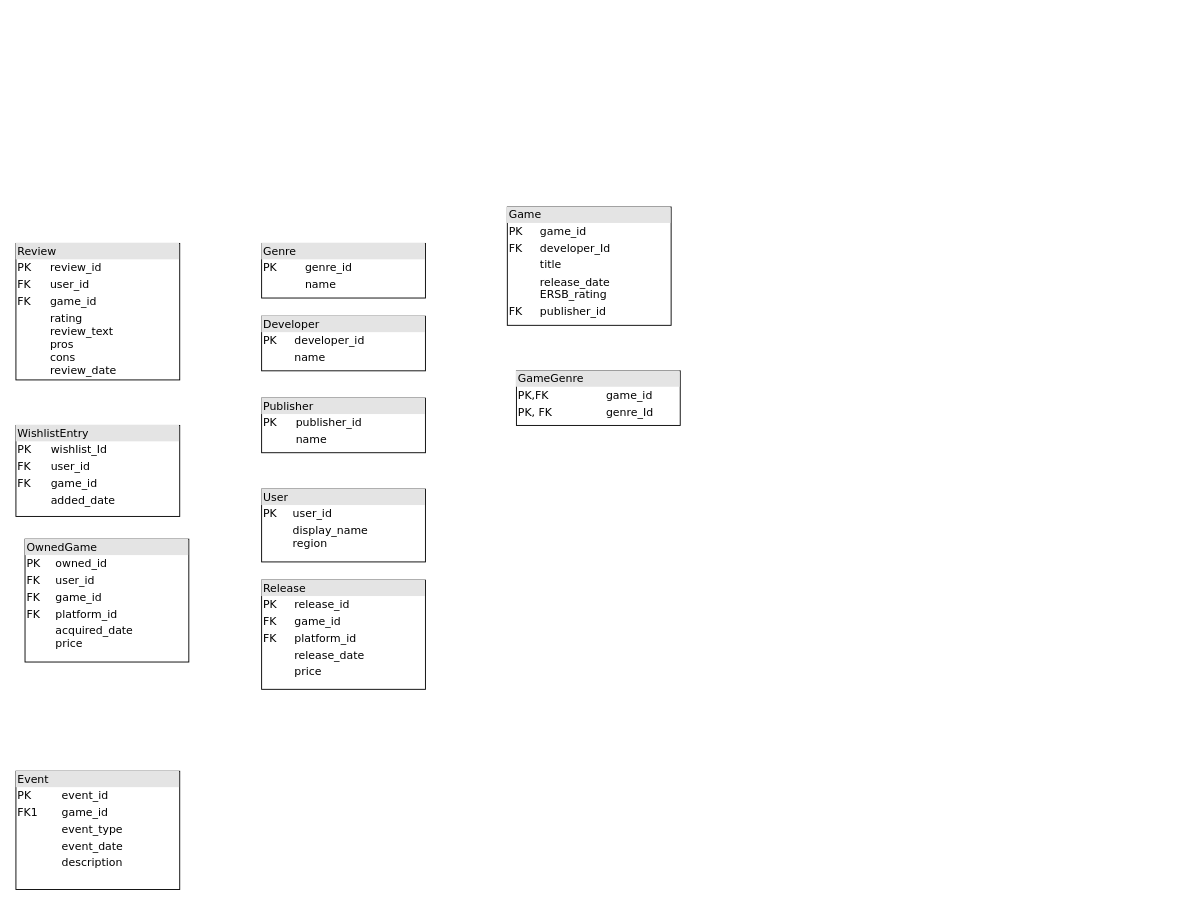
nummy/blog keeps this draw.io diagram as logic.drawio. Above is the earlier version. Source tidied: cells renumbered, new cells numbered last; positions are measured from the earlier drawing's top-left corner, leaving out a move shared by most shapes. Both pictures are drawn from the tidied source at 91%, with x=0, y=0 at pixel (15, 207).
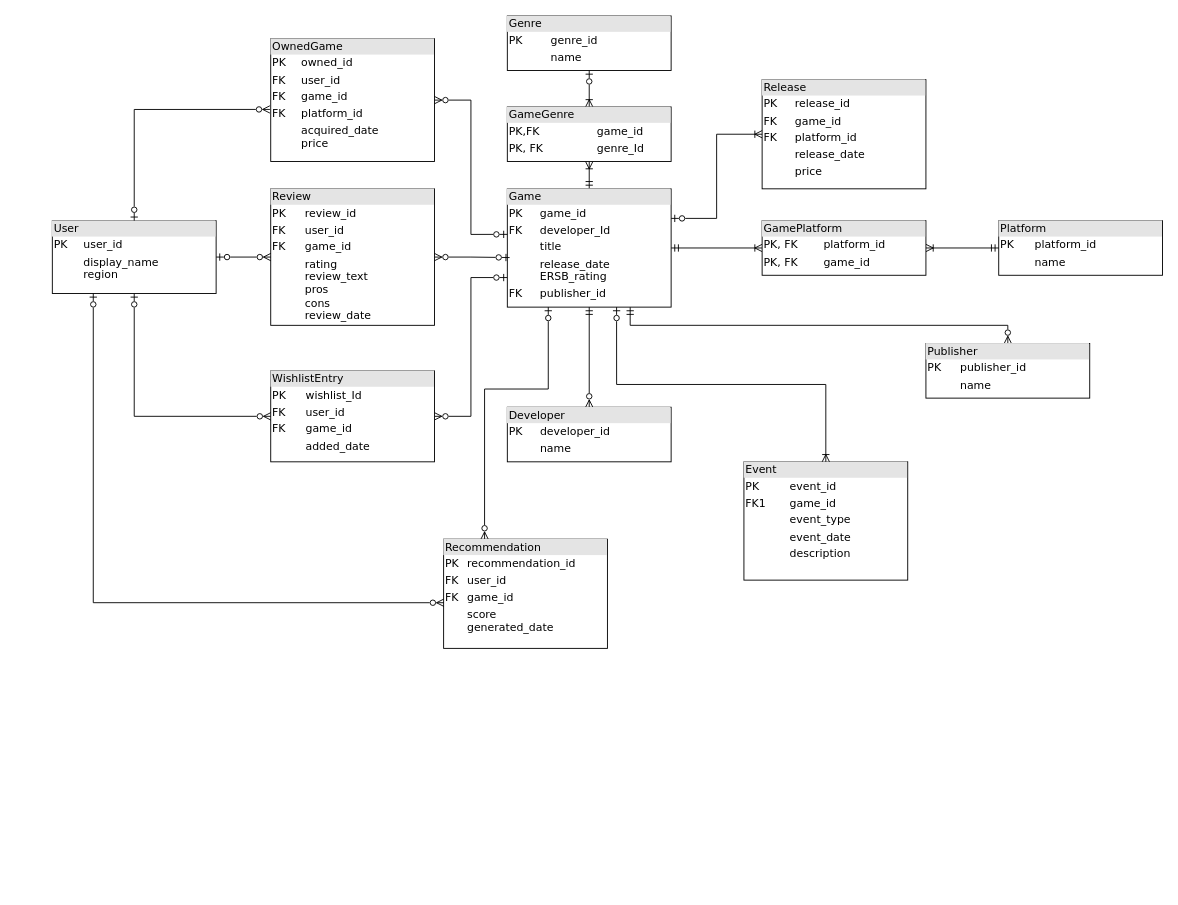
The same page after the edit.

What changed in the source:
```diff
@@
     <mxCell id="2" value="&lt;div style=&quot;box-sizing: border-box; width: 100%; background: rgb(228, 228, 228); padding: 2px;&quot;&gt;Review&lt;/div&gt;&lt;table style=&quot;width:100%;font-size:1em;&quot; cellpadding=&quot;2&quot; cellspacing=&quot;0&quot;&gt;&lt;tbody&gt;&lt;tr&gt;&lt;td&gt;PK&lt;/td&gt;&lt;td&gt;review_id&lt;/td&gt;&lt;/tr&gt;&lt;tr&gt;&lt;td&gt;FK&lt;/td&gt;&lt;td&gt;user_id&lt;/td&gt;&lt;/tr&gt;&lt;tr&gt;&lt;td&gt;FK&lt;/td&gt;&lt;td&gt;game_id&lt;/td&gt;&lt;/tr&gt;&lt;tr&gt;&lt;td&gt;&lt;/td&gt;&lt;td&gt;rating&lt;br&gt;review_text&lt;br&gt;pros&lt;br&gt;cons&lt;br&gt;review_date&lt;/td&gt;&lt;/tr&gt;&lt;/tbody&gt;&lt;/table&gt;" style="verticalAlign=top;align=left;overflow=fill;html=1;rounded=0;shadow=0;comic=0;labelBackgroundColor=none;strokeWidth=1;fontFamily=Verdana;fontSize=12;" parent="1" vertex="1">
-      <mxGeometry y="40" width="180" height="150" as="geometry" />
+      <mxGeometry x="280" y="-20" width="180" height="150" as="geometry" />
     </mxCell>
     <mxCell id="3" value="&lt;div style=&quot;box-sizing: border-box; width: 100%; background: rgb(228, 228, 228); padding: 2px;&quot;&gt;Release&lt;/div&gt;&lt;table style=&quot;width: 100% ; font-size: 1em&quot; cellpadding=&quot;2&quot; cellspacing=&quot;0&quot;&gt;&lt;tbody&gt;&lt;tr&gt;&lt;td&gt;PK&lt;/td&gt;&lt;td&gt;release_id&lt;/td&gt;&lt;/tr&gt;&lt;tr&gt;&lt;td&gt;FK&lt;/td&gt;&lt;td&gt;game_id&lt;/td&gt;&lt;/tr&gt;&lt;tr&gt;&lt;td&gt;FK&lt;/td&gt;&lt;td&gt;platform_id&lt;/td&gt;&lt;/tr&gt;&lt;tr&gt;&lt;td&gt;&lt;/td&gt;&lt;td&gt;release_date&lt;/td&gt;&lt;/tr&gt;&lt;tr&gt;&lt;td&gt;&lt;br&gt;&lt;/td&gt;&lt;td&gt;price&lt;br&gt;&lt;/td&gt;&lt;/tr&gt;&lt;/tbody&gt;&lt;/table&gt;" style="verticalAlign=top;align=left;overflow=fill;html=1;rounded=0;shadow=0;comic=0;labelBackgroundColor=none;strokeWidth=1;fontFamily=Verdana;fontSize=12;" parent="1" vertex="1">
-      <mxGeometry x="270" y="410" width="180" height="120" as="geometry" />
+      <mxGeometry x="820" y="-140" width="180" height="120" as="geometry" />
     </mxCell>
+    <mxCell id="13" style="edgeStyle=orthogonalEdgeStyle;rounded=0;jettySize=auto;html=1;exitX=1;exitY=0.5;exitDx=0;exitDy=0;entryX=0;entryY=0.75;entryDx=0;entryDy=0;startArrow=ERzeroToMany;startFill=0;endArrow=ERzeroToOne;endFill=0;" parent="1" edge="1" source="4" target="5">
+      <mxGeometry relative="1" as="geometry" />
+    </mxCell>
     <mxCell id="4" value="&lt;div style=&quot;box-sizing: border-box; width: 100%; background: rgb(228, 228, 228); padding: 2px;&quot;&gt;WishlistEntry&lt;/div&gt;&lt;table style=&quot;width:100%;font-size:1em;&quot; cellpadding=&quot;2&quot; cellspacing=&quot;0&quot;&gt;&lt;tbody&gt;&lt;tr&gt;&lt;td&gt;PK&lt;/td&gt;&lt;td&gt;wishlist_Id&lt;/td&gt;&lt;/tr&gt;&lt;tr&gt;&lt;td&gt;FK&lt;/td&gt;&lt;td&gt;user_id&lt;/td&gt;&lt;/tr&gt;&lt;tr&gt;&lt;td&gt;FK&lt;/td&gt;&lt;td&gt;game_id&lt;/td&gt;&lt;/tr&gt;&lt;tr&gt;&lt;td&gt;&lt;/td&gt;&lt;td&gt;added_date&lt;/td&gt;&lt;/tr&gt;&lt;/tbody&gt;&lt;/table&gt;" style="verticalAlign=top;align=left;overflow=fill;html=1;rounded=0;shadow=0;comic=0;labelBackgroundColor=none;strokeWidth=1;fontFamily=Verdana;fontSize=12;" parent="1" vertex="1">
-      <mxGeometry y="240" width="180" height="100" as="geometry" />
+      <mxGeometry x="280" y="180" width="180" height="100" as="geometry" />
     </mxCell>
+    <mxCell id="14" style="edgeStyle=orthogonalEdgeStyle;rounded=0;jettySize=auto;html=1;exitX=1;exitY=0.5;exitDx=0;exitDy=0;entryX=0;entryY=0.5;entryDx=0;entryDy=0;startArrow=ERmandOne;startFill=0;endArrow=ERoneToMany;endFill=0;" parent="1" edge="1" source="5" target="28">
+      <mxGeometry relative="1" as="geometry" />
+    </mxCell>
+    <mxCell id="15" style="edgeStyle=orthogonalEdgeStyle;rounded=0;jettySize=auto;html=1;exitX=0.5;exitY=0;exitDx=0;exitDy=0;entryX=0.5;entryY=1;entryDx=0;entryDy=0;startArrow=ERmandOne;startFill=0;endArrow=ERoneToMany;endFill=0;" parent="1" edge="1" source="5" target="8">
+      <mxGeometry relative="1" as="geometry" />
+    </mxCell>
+    <mxCell id="16" style="edgeStyle=orthogonalEdgeStyle;rounded=0;jettySize=auto;html=1;exitX=1;exitY=0.25;exitDx=0;exitDy=0;startArrow=ERzeroToOne;startFill=0;endArrow=ERoneToMany;endFill=0;" parent="1" edge="1" source="5" target="3">
+      <mxGeometry relative="1" as="geometry" />
+    </mxCell>
+    <mxCell id="17" style="edgeStyle=orthogonalEdgeStyle;rounded=0;jettySize=auto;html=1;exitX=0.75;exitY=1;exitDx=0;exitDy=0;entryX=0.5;entryY=0;entryDx=0;entryDy=0;startArrow=ERmandOne;startFill=0;endArrow=ERzeroToMany;endFill=0;" parent="1" edge="1" source="5" target="10">
+      <mxGeometry relative="1" as="geometry" />
+    </mxCell>
     <mxCell id="5" value="&lt;div style=&quot;box-sizing: border-box; width: 100%; background: rgb(228, 228, 228); padding: 2px;&quot;&gt;Game&lt;/div&gt;&lt;table style=&quot;width: 100% ; font-size: 1em&quot; cellpadding=&quot;2&quot; cellspacing=&quot;0&quot;&gt;&lt;tbody&gt;&lt;tr&gt;&lt;td&gt;PK&lt;/td&gt;&lt;td&gt;game_id&lt;/td&gt;&lt;/tr&gt;&lt;tr&gt;&lt;td&gt;FK&lt;/td&gt;&lt;td&gt;developer_Id&lt;/td&gt;&lt;/tr&gt;&lt;tr&gt;&lt;td&gt;&lt;/td&gt;&lt;td&gt;title&lt;/td&gt;&lt;/tr&gt;&lt;tr&gt;&lt;td&gt;&lt;br&gt;&lt;/td&gt;&lt;td&gt;release_date&lt;br&gt;ERSB_rating&lt;/td&gt;&lt;/tr&gt;&lt;tr&gt;&lt;td&gt;FK&lt;br&gt;&lt;/td&gt;&lt;td&gt;publisher_id&lt;br&gt;&lt;/td&gt;&lt;/tr&gt;&lt;/tbody&gt;&lt;/table&gt;" style="verticalAlign=top;align=left;overflow=fill;html=1;rounded=0;shadow=0;comic=0;labelBackgroundColor=none;strokeWidth=1;fontFamily=Verdana;fontSize=12;" parent="1" vertex="1">
-      <mxGeometry x="540" width="180" height="130" as="geometry" />
+      <mxGeometry x="540" y="-20" width="180" height="130" as="geometry" />
     </mxCell>
     <mxCell id="6" value="&lt;div style=&quot;box-sizing: border-box; width: 100%; background: rgb(228, 228, 228); padding: 2px;&quot;&gt;Event&lt;/div&gt;&lt;table style=&quot;width: 100% ; font-size: 1em&quot; cellpadding=&quot;2&quot; cellspacing=&quot;0&quot;&gt;&lt;tbody&gt;&lt;tr&gt;&lt;td&gt;PK&lt;/td&gt;&lt;td&gt;event_id&lt;/td&gt;&lt;/tr&gt;&lt;tr&gt;&lt;td&gt;FK1&lt;/td&gt;&lt;td&gt;game_id&lt;/td&gt;&lt;/tr&gt;&lt;tr&gt;&lt;td&gt;&lt;/td&gt;&lt;td&gt;event_type&lt;/td&gt;&lt;/tr&gt;&lt;tr&gt;&lt;td&gt;&lt;br&gt;&lt;/td&gt;&lt;td&gt;event_date&lt;br&gt;&lt;/td&gt;&lt;/tr&gt;&lt;tr&gt;&lt;td&gt;&lt;br&gt;&lt;/td&gt;&lt;td&gt;description&lt;br&gt;&lt;/td&gt;&lt;/tr&gt;&lt;/tbody&gt;&lt;/table&gt;" style="verticalAlign=top;align=left;overflow=fill;html=1;rounded=0;shadow=0;comic=0;labelBackgroundColor=none;strokeWidth=1;fontFamily=Verdana;fontSize=12;" parent="1" vertex="1">
-      <mxGeometry y="620" width="180" height="130" as="geometry" />
+      <mxGeometry x="800" y="280" width="180" height="130" as="geometry" />
     </mxCell>
     <mxCell id="7" value="&lt;div style=&quot;box-sizing: border-box; width: 100%; background: rgb(228, 228, 228); padding: 2px;&quot;&gt;Genre&lt;/div&gt;&lt;table style=&quot;width:100%;font-size:1em;&quot; cellpadding=&quot;2&quot; cellspacing=&quot;0&quot;&gt;&lt;tbody&gt;&lt;tr&gt;&lt;td&gt;PK&lt;/td&gt;&lt;td&gt;genre_id&lt;/td&gt;&lt;/tr&gt;&lt;tr&gt;&lt;td&gt;&lt;/td&gt;&lt;td&gt;name&lt;/td&gt;&lt;/tr&gt;&lt;/tbody&gt;&lt;/table&gt;" style="verticalAlign=top;align=left;overflow=fill;html=1;rounded=0;shadow=0;comic=0;labelBackgroundColor=none;strokeWidth=1;fontFamily=Verdana;fontSize=12;" parent="1" vertex="1">
-      <mxGeometry x="270" y="40" width="180" height="60" as="geometry" />
+      <mxGeometry x="540" y="-210" width="180" height="60" as="geometry" />
     </mxCell>
+    <mxCell id="18" style="edgeStyle=orthogonalEdgeStyle;rounded=0;jettySize=auto;html=1;exitX=0.5;exitY=0;exitDx=0;exitDy=0;entryX=0.5;entryY=1;entryDx=0;entryDy=0;strokeColor=none;startArrow=ERoneToMany;startFill=0;endArrow=ERzeroToOne;endFill=0;" parent="1" edge="1" source="8" target="7">
+      <mxGeometry relative="1" as="geometry" />
+    </mxCell>
+    <mxCell id="19" style="edgeStyle=orthogonalEdgeStyle;rounded=0;jettySize=auto;html=1;exitX=0.5;exitY=0;exitDx=0;exitDy=0;entryX=0.5;entryY=1;entryDx=0;entryDy=0;startArrow=ERoneToMany;startFill=0;endArrow=ERzeroToOne;endFill=0;" parent="1" edge="1" source="8" target="7">
+      <mxGeometry relative="1" as="geometry" />
+    </mxCell>
     <mxCell id="8" value="&lt;div style=&quot;box-sizing: border-box; width: 100%; background: rgb(228, 228, 228); padding: 2px;&quot;&gt;GameGenre&lt;/div&gt;&lt;table style=&quot;width: 100% ; font-size: 1em&quot; cellpadding=&quot;2&quot; cellspacing=&quot;0&quot;&gt;&lt;tbody&gt;&lt;tr&gt;&lt;td&gt;PK,FK&lt;/td&gt;&lt;td&gt;game_id&lt;/td&gt;&lt;/tr&gt;&lt;tr&gt;&lt;td&gt;PK, FK&lt;span style=&quot;white-space: pre;&quot;&gt;&#9;&lt;/span&gt;&lt;br&gt;&lt;/td&gt;&lt;td&gt;genre_Id&lt;/td&gt;&lt;/tr&gt;&lt;/tbody&gt;&lt;/table&gt;" style="verticalAlign=top;align=left;overflow=fill;html=1;rounded=0;shadow=0;comic=0;labelBackgroundColor=none;strokeWidth=1;fontFamily=Verdana;fontSize=12;" parent="1" vertex="1">
-      <mxGeometry x="550" y="180" width="180" height="60" as="geometry" />
+      <mxGeometry x="540" y="-110" width="180" height="60" as="geometry" />
     </mxCell>
+    <mxCell id="20" style="edgeStyle=orthogonalEdgeStyle;rounded=0;jettySize=auto;html=1;exitX=0.5;exitY=0;exitDx=0;exitDy=0;entryX=0.5;entryY=1;entryDx=0;entryDy=0;startArrow=ERzeroToMany;startFill=0;endArrow=ERmandOne;endFill=0;" parent="1" edge="1" source="9" target="5">
+      <mxGeometry relative="1" as="geometry" />
+    </mxCell>
     <mxCell id="9" value="&lt;div style=&quot;box-sizing: border-box; width: 100%; background: rgb(228, 228, 228); padding: 2px;&quot;&gt;Developer&lt;/div&gt;&lt;table style=&quot;width:100%;font-size:1em;&quot; cellpadding=&quot;2&quot; cellspacing=&quot;0&quot;&gt;&lt;tbody&gt;&lt;tr&gt;&lt;td&gt;PK&lt;/td&gt;&lt;td&gt;developer_id&lt;/td&gt;&lt;/tr&gt;&lt;tr&gt;&lt;td&gt;&lt;/td&gt;&lt;td&gt;name&lt;/td&gt;&lt;/tr&gt;&lt;/tbody&gt;&lt;/table&gt;" style="verticalAlign=top;align=left;overflow=fill;html=1;rounded=0;shadow=0;comic=0;labelBackgroundColor=none;strokeWidth=1;fontFamily=Verdana;fontSize=12;" parent="1" vertex="1">
-      <mxGeometry x="270" y="120" width="180" height="60" as="geometry" />
+      <mxGeometry x="540" y="220" width="180" height="60" as="geometry" />
     </mxCell>
     <mxCell id="10" value="&lt;div style=&quot;box-sizing: border-box; width: 100%; background: rgb(228, 228, 228); padding: 2px;&quot;&gt;Publisher&lt;/div&gt;&lt;table style=&quot;width:100%;font-size:1em;&quot; cellpadding=&quot;2&quot; cellspacing=&quot;0&quot;&gt;&lt;tbody&gt;&lt;tr&gt;&lt;td&gt;PK&lt;/td&gt;&lt;td&gt;publisher_id&lt;/td&gt;&lt;/tr&gt;&lt;tr&gt;&lt;td&gt;&lt;/td&gt;&lt;td&gt;name&lt;/td&gt;&lt;/tr&gt;&lt;/tbody&gt;&lt;/table&gt;" style="verticalAlign=top;align=left;overflow=fill;html=1;rounded=0;shadow=0;comic=0;labelBackgroundColor=none;strokeWidth=1;fontFamily=Verdana;fontSize=12;" parent="1" vertex="1">
-      <mxGeometry x="270" y="210" width="180" height="60" as="geometry" />
+      <mxGeometry x="1000" y="150" width="180" height="60" as="geometry" />
     </mxCell>
+    <mxCell id="21" style="edgeStyle=orthogonalEdgeStyle;rounded=0;jettySize=auto;html=1;exitX=1;exitY=0.5;exitDx=0;exitDy=0;entryX=0;entryY=0.5;entryDx=0;entryDy=0;startArrow=ERzeroToOne;startFill=0;endArrow=ERzeroToMany;endFill=0;" parent="1" edge="1" source="11" target="2">
+      <mxGeometry relative="1" as="geometry" />
+    </mxCell>
+    <mxCell id="22" style="edgeStyle=orthogonalEdgeStyle;rounded=0;jettySize=auto;html=1;exitX=0.5;exitY=1;exitDx=0;exitDy=0;entryX=0;entryY=0.5;entryDx=0;entryDy=0;startArrow=ERzeroToOne;startFill=0;endArrow=ERzeroToMany;endFill=0;" parent="1" edge="1" source="11" target="4">
+      <mxGeometry relative="1" as="geometry" />
+    </mxCell>
     <mxCell id="11" value="&lt;div style=&quot;box-sizing: border-box; width: 100%; background: rgb(228, 228, 228); padding: 2px;&quot;&gt;User&lt;/div&gt;&lt;table style=&quot;width:100%;font-size:1em;&quot; cellpadding=&quot;2&quot; cellspacing=&quot;0&quot;&gt;&lt;tbody&gt;&lt;tr&gt;&lt;td&gt;PK&lt;/td&gt;&lt;td&gt;user_id&lt;/td&gt;&lt;/tr&gt;&lt;tr&gt;&lt;td&gt;&lt;/td&gt;&lt;td&gt;display_name&lt;br&gt;region&lt;/td&gt;&lt;/tr&gt;&lt;/tbody&gt;&lt;/table&gt;" style="verticalAlign=top;align=left;overflow=fill;html=1;rounded=0;shadow=0;comic=0;labelBackgroundColor=none;strokeWidth=1;fontFamily=Verdana;fontSize=12;" parent="1" vertex="1">
-      <mxGeometry x="270" y="310" width="180" height="80" as="geometry" />
+      <mxGeometry x="40" y="15" width="180" height="80" as="geometry" />
     </mxCell>
     <mxCell id="12" value="&lt;div style=&quot;box-sizing: border-box; width: 100%; background: rgb(228, 228, 228); padding: 2px;&quot;&gt;OwnedGame&lt;/div&gt;&lt;table style=&quot;width:100%;font-size:1em;&quot; cellpadding=&quot;2&quot; cellspacing=&quot;0&quot;&gt;&lt;tbody&gt;&lt;tr&gt;&lt;td&gt;PK&lt;/td&gt;&lt;td&gt;owned_id&lt;/td&gt;&lt;/tr&gt;&lt;tr&gt;&lt;td&gt;FK&lt;/td&gt;&lt;td&gt;user_id&lt;/td&gt;&lt;/tr&gt;&lt;tr&gt;&lt;td&gt;FK&lt;/td&gt;&lt;td&gt;game_id&lt;/td&gt;&lt;/tr&gt;&lt;tr&gt;&lt;td&gt;FK&lt;/td&gt;&lt;td&gt;platform_id&lt;/td&gt;&lt;/tr&gt;&lt;tr&gt;&lt;td&gt;&lt;/td&gt;&lt;td&gt;acquired_date&lt;br&gt;price&lt;/td&gt;&lt;/tr&gt;&lt;/tbody&gt;&lt;/table&gt;" style="verticalAlign=top;align=left;overflow=fill;html=1;rounded=0;shadow=0;comic=0;labelBackgroundColor=none;strokeWidth=1;fontFamily=Verdana;fontSize=12;" parent="1" vertex="1">
-      <mxGeometry x="10" y="365" width="180" height="135" as="geometry" />
+      <mxGeometry x="280" y="-185" width="180" height="135" as="geometry" />
     </mxCell>
+    <mxCell id="23" style="edgeStyle=orthogonalEdgeStyle;rounded=0;orthogonalLoop=1;jettySize=auto;html=1;exitX=0.5;exitY=1;exitDx=0;exitDy=0;" parent="1" edge="1" source="6" target="6">
+      <mxGeometry relative="1" as="geometry" />
+    </mxCell>
+    <mxCell id="24" style="edgeStyle=orthogonalEdgeStyle;rounded=0;jettySize=auto;html=1;exitX=0.25;exitY=0;exitDx=0;exitDy=0;entryX=0.25;entryY=1;entryDx=0;entryDy=0;endArrow=ERzeroToOne;endFill=0;startArrow=ERzeroToMany;startFill=0;" parent="1" edge="1" source="25" target="5">
+      <mxGeometry relative="1" as="geometry">
+        <Array as="points">
+          <mxPoint x="515" y="200" />
+          <mxPoint x="585" y="200" />
+        </Array>
+      </mxGeometry>
+    </mxCell>
+    <mxCell id="25" value="&lt;div style=&quot;box-sizing: border-box; width: 100%; background: rgb(228, 228, 228); padding: 2px;&quot;&gt;Recommendation&lt;/div&gt;&lt;table style=&quot;width:100%;font-size:1em;&quot; cellpadding=&quot;2&quot; cellspacing=&quot;0&quot;&gt;&lt;tbody&gt;&lt;tr&gt;&lt;td&gt;PK&lt;/td&gt;&lt;td&gt;recommendation_id&lt;/td&gt;&lt;/tr&gt;&lt;tr&gt;&lt;td&gt;FK&lt;/td&gt;&lt;td&gt;user_id&lt;/td&gt;&lt;/tr&gt;&lt;tr&gt;&lt;td&gt;FK&lt;/td&gt;&lt;td&gt;game_id&lt;/td&gt;&lt;/tr&gt;&lt;tr&gt;&lt;td&gt;&lt;/td&gt;&lt;td&gt;score&lt;br&gt;generated_date&lt;/td&gt;&lt;/tr&gt;&lt;/tbody&gt;&lt;/table&gt;" style="verticalAlign=top;align=left;overflow=fill;html=1;rounded=0;shadow=0;comic=0;labelBackgroundColor=none;strokeWidth=1;fontFamily=Verdana;fontSize=12;" parent="1" vertex="1">
+      <mxGeometry x="470" y="365" width="180" height="120" as="geometry" />
+    </mxCell>
+    <mxCell id="26" value="&lt;div style=&quot;box-sizing: border-box; width: 100%; background: rgb(228, 228, 228); padding: 2px;&quot;&gt;Platform&lt;/div&gt;&lt;table style=&quot;width:100%;font-size:1em;&quot; cellpadding=&quot;2&quot; cellspacing=&quot;0&quot;&gt;&lt;tbody&gt;&lt;tr&gt;&lt;td&gt;PK&lt;/td&gt;&lt;td&gt;platform_id&lt;/td&gt;&lt;/tr&gt;&lt;tr&gt;&lt;td&gt;&lt;/td&gt;&lt;td&gt;name&lt;/td&gt;&lt;/tr&gt;&lt;/tbody&gt;&lt;/table&gt;" style="verticalAlign=top;align=left;overflow=fill;html=1;rounded=0;shadow=0;comic=0;labelBackgroundColor=none;strokeWidth=1;fontFamily=Verdana;fontSize=12;" parent="1" vertex="1">
+      <mxGeometry x="1080" y="15" width="180" height="60" as="geometry" />
+    </mxCell>
+    <mxCell id="27" style="edgeStyle=orthogonalEdgeStyle;rounded=0;jettySize=auto;html=1;exitX=1;exitY=0.5;exitDx=0;exitDy=0;entryX=0;entryY=0.5;entryDx=0;entryDy=0;startArrow=ERoneToMany;startFill=0;endArrow=ERmandOne;endFill=0;" parent="1" edge="1" source="28" target="26">
+      <mxGeometry relative="1" as="geometry" />
+    </mxCell>
+    <mxCell id="28" value="&lt;div style=&quot;box-sizing: border-box; width: 100%; background: rgb(228, 228, 228); padding: 2px;&quot;&gt;GamePlatform&lt;/div&gt;&lt;table style=&quot;width:100%;font-size:1em;&quot; cellpadding=&quot;2&quot; cellspacing=&quot;0&quot;&gt;&lt;tbody&gt;&lt;tr&gt;&lt;td&gt;PK, FK&lt;/td&gt;&lt;td&gt;platform_id&lt;/td&gt;&lt;/tr&gt;&lt;tr&gt;&lt;td&gt;PK, FK&lt;/td&gt;&lt;td&gt;game_id&lt;/td&gt;&lt;/tr&gt;&lt;/tbody&gt;&lt;/table&gt;" style="verticalAlign=top;align=left;overflow=fill;html=1;rounded=0;shadow=0;comic=0;labelBackgroundColor=none;strokeWidth=1;fontFamily=Verdana;fontSize=12;" parent="1" vertex="1">
+      <mxGeometry x="820" y="15" width="180" height="60" as="geometry" />
+    </mxCell>
+    <mxCell id="29" style="edgeStyle=orthogonalEdgeStyle;rounded=0;jettySize=auto;html=1;exitX=1;exitY=0.5;exitDx=0;exitDy=0;entryX=0.014;entryY=0.581;entryDx=0;entryDy=0;entryPerimeter=0;startArrow=ERzeroToMany;startFill=0;endArrow=ERzeroToOne;endFill=0;" parent="1" edge="1" source="2" target="5">
+      <mxGeometry relative="1" as="geometry" />
+    </mxCell>
+    <mxCell id="30" style="edgeStyle=orthogonalEdgeStyle;rounded=0;jettySize=auto;html=1;exitX=0.5;exitY=0;exitDx=0;exitDy=0;entryX=-0.005;entryY=0.576;entryDx=0;entryDy=0;entryPerimeter=0;startArrow=ERzeroToOne;startFill=0;endArrow=ERzeroToMany;endFill=0;" parent="1" edge="1" source="11" target="12">
+      <mxGeometry relative="1" as="geometry" />
+    </mxCell>
+    <mxCell id="31" style="edgeStyle=orthogonalEdgeStyle;rounded=0;jettySize=auto;html=1;exitX=1;exitY=0.5;exitDx=0;exitDy=0;entryX=0;entryY=0.385;entryDx=0;entryDy=0;entryPerimeter=0;startArrow=ERzeroToMany;startFill=0;endArrow=ERzeroToOne;endFill=0;" parent="1" edge="1" source="12" target="5">
+      <mxGeometry relative="1" as="geometry" />
+    </mxCell>
+    <mxCell id="32" style="edgeStyle=orthogonalEdgeStyle;rounded=0;jettySize=auto;html=1;exitX=0.25;exitY=1;exitDx=0;exitDy=0;entryX=0.001;entryY=0.582;entryDx=0;entryDy=0;entryPerimeter=0;startArrow=ERzeroToOne;startFill=0;endArrow=ERzeroToMany;endFill=0;" parent="1" edge="1" source="11" target="25">
+      <mxGeometry relative="1" as="geometry" />
+    </mxCell>
+    <mxCell id="33" style="edgeStyle=orthogonalEdgeStyle;rounded=0;jettySize=auto;html=1;exitX=0.5;exitY=0;exitDx=0;exitDy=0;entryX=0.667;entryY=1;entryDx=0;entryDy=0;entryPerimeter=0;endArrow=ERzeroToOne;endFill=0;startArrow=ERoneToMany;startFill=0;" parent="1" edge="1" source="6" target="5">
+      <mxGeometry relative="1" as="geometry" />
+    </mxCell>
```
